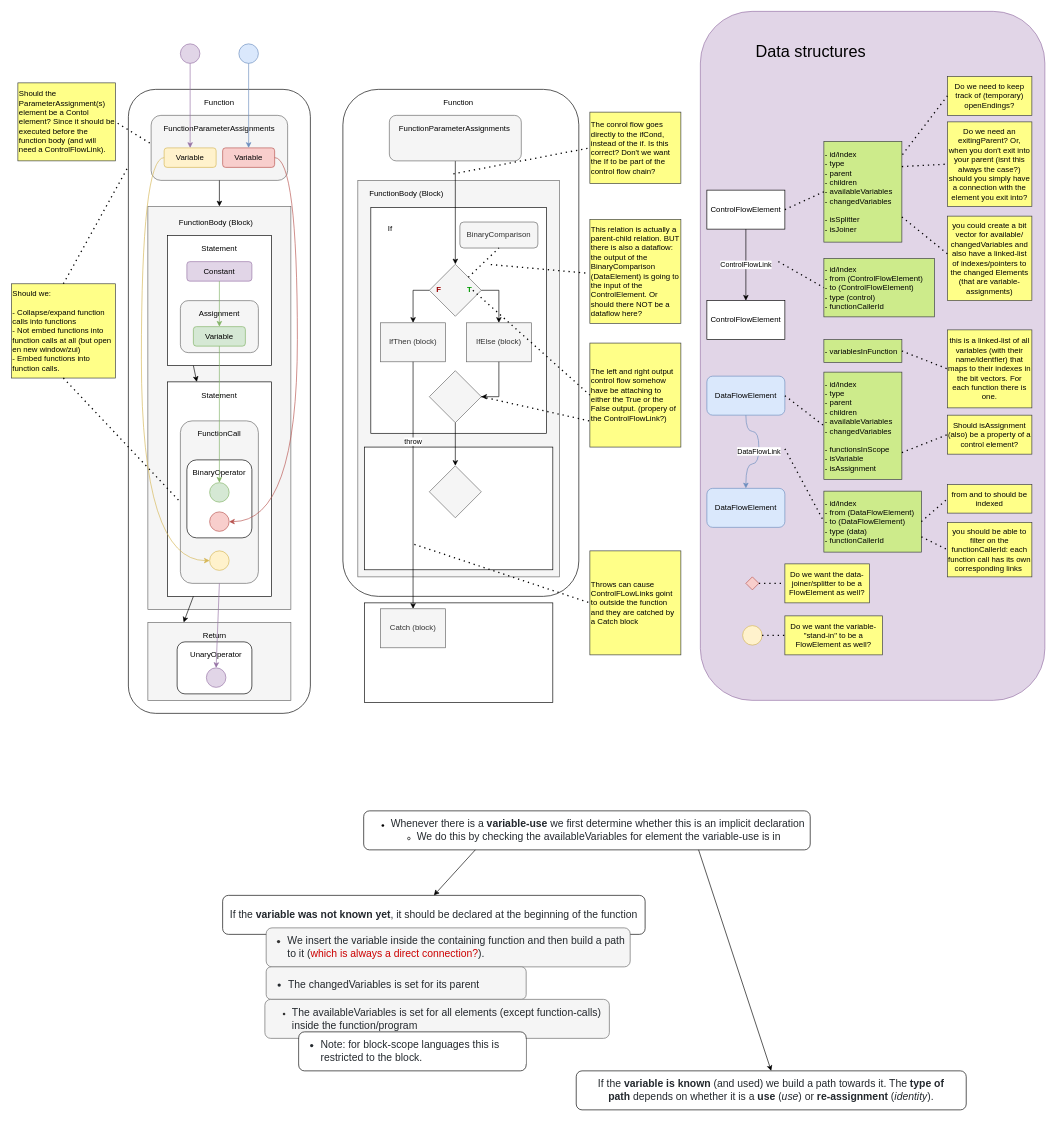
Earlier version of the draw.io diagram page "Data structure" (1 of 2) of doc/flowify_algoritm_and_data_structures.drawio (visual-trials/flowify). Source tidied: cells renumbered, new cells numbered last; positions are measured from the earlier drawing's top-left corner, leaving out a move shared by most shapes. Both pictures are drawn from the tidied source at 65%, with x=0, y=0 at pixel (11, 11).
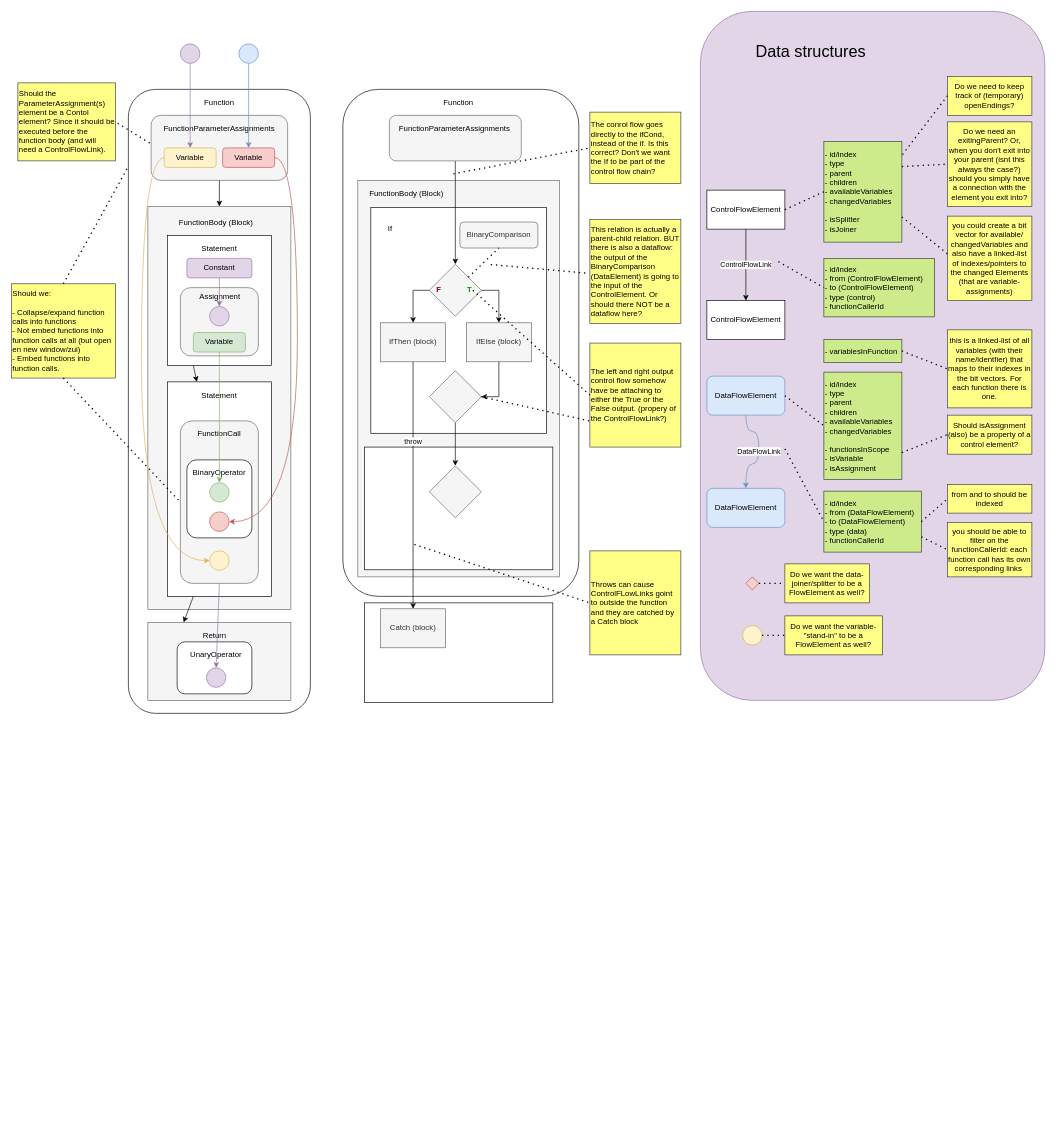
The same page after the edit.

Commit message (it also covers changes not shown here):
added separate algorithm diagram

Change to the diagram source:
```diff
@@
     <mxCell id="14" value="Constant" style="rounded=1;whiteSpace=wrap;html=1;fillColor=#e1d5e7;strokeColor=#9673a6;" parent="1" vertex="1">
-      <mxGeometry x="270" y="385" width="100" height="30" as="geometry" />
+      <mxGeometry x="270" y="380" width="100" height="30" as="geometry" />
     </mxCell>
     <mxCell id="15" style="rounded=1;whiteSpace=wrap;html=1;fillColor=#f5f5f5;strokeColor=#666666;fontColor=#333333;" parent="1" vertex="1">
-      <mxGeometry x="260" y="445" width="120" height="80" as="geometry" />
+      <mxGeometry x="260" y="425" width="120" height="105" as="geometry" />
     </mxCell>
     <mxCell id="16" value="Assignment" style="text;html=1;strokeColor=none;fillColor=none;align=center;verticalAlign=middle;whiteSpace=wrap;rounded=0;" parent="1" vertex="1">
-      <mxGeometry x="300" y="455" width="40" height="20" as="geometry" />
+      <mxGeometry x="301" y="429" width="40" height="20" as="geometry" />
     </mxCell>
     <mxCell id="17" value="Variable" style="rounded=1;whiteSpace=wrap;html=1;fillColor=#d5e8d4;strokeColor=#82b366;" parent="1" vertex="1">
-      <mxGeometry x="280" y="485" width="80" height="30" as="geometry" />
+      <mxGeometry x="280" y="494.1" width="80" height="30" as="geometry" />
     </mxCell>
-    <mxCell id="18" style="endArrow=classic;html=1;exitX=0.5;exitY=1;exitDx=0;exitDy=0;fillColor=#d5e8d4;strokeColor=#82b366;" parent="1" edge="1" source="14" target="17">
+    <mxCell id="18" style="endArrow=classic;html=1;exitX=0.5;exitY=1;exitDx=0;exitDy=0;fillColor=#e1d5e7;strokeColor=#9673a6;entryX=0.5;entryY=0;entryDx=0;entryDy=0;" parent="1" edge="1" source="14" target="129">
       <mxGeometry relative="1" as="geometry" />
     </mxCell>
@@
-    <mxCell id="120" value="&lt;ul&gt;&lt;li&gt;&lt;span style=&quot;color: rgb(36 , 41 , 46) ; font-size: 16px ; background-color: rgb(255 , 255 , 255)&quot;&gt;Whenever there is a&amp;nbsp;&lt;/span&gt;&lt;span style=&quot;box-sizing: border-box ; font-weight: 600 ; color: rgb(36 , 41 , 46) ; font-size: 16px ; background-color: rgb(255 , 255 , 255)&quot;&gt;variable-use&lt;/span&gt;&lt;span style=&quot;color: rgb(36 , 41 , 46) ; font-size: 16px ; background-color: rgb(255 , 255 , 255)&quot;&gt;&amp;nbsp;we first determine whether this is an implicit declaration&lt;br&gt;&lt;/span&gt;&lt;/li&gt;&lt;ul&gt;&lt;li&gt;&lt;span style=&quot;background-color: rgb(255 , 255 , 255) ; color: rgb(36 , 41 , 46) ; font-size: 16px&quot;&gt;We do this by checking the availableVariables&amp;nbsp;for element the variable-use is in&lt;/span&gt;&lt;/li&gt;&lt;/ul&gt;&lt;/ul&gt;" style="rounded=1;whiteSpace=wrap;html=1;align=left;" parent="1" vertex="1">
-      <mxGeometry x="542" y="1230" width="687" height="60" as="geometry" />
-    </mxCell>
-    <mxCell id="121" value="&lt;span style=&quot;color: rgb(36 , 41 , 46) ; font-family: , &amp;quot;blinkmacsystemfont&amp;quot; , &amp;quot;segoe ui&amp;quot; , &amp;quot;helvetica&amp;quot; , &amp;quot;arial&amp;quot; , sans-serif , &amp;quot;apple color emoji&amp;quot; , &amp;quot;segoe ui emoji&amp;quot; ; font-size: 16px ; background-color: rgb(255 , 255 , 255)&quot;&gt;If the&amp;nbsp;&lt;/span&gt;&lt;span style=&quot;box-sizing: border-box ; font-weight: 600 ; color: rgb(36 , 41 , 46) ; font-family: , &amp;quot;blinkmacsystemfont&amp;quot; , &amp;quot;segoe ui&amp;quot; , &amp;quot;helvetica&amp;quot; , &amp;quot;arial&amp;quot; , sans-serif , &amp;quot;apple color emoji&amp;quot; , &amp;quot;segoe ui emoji&amp;quot; ; font-size: 16px ; background-color: rgb(255 , 255 , 255)&quot;&gt;variable was not known yet&lt;/span&gt;&lt;span style=&quot;color: rgb(36 , 41 , 46) ; font-family: , &amp;quot;blinkmacsystemfont&amp;quot; , &amp;quot;segoe ui&amp;quot; , &amp;quot;helvetica&amp;quot; , &amp;quot;arial&amp;quot; , sans-serif , &amp;quot;apple color emoji&amp;quot; , &amp;quot;segoe ui emoji&amp;quot; ; font-size: 16px ; background-color: rgb(255 , 255 , 255)&quot;&gt;, it should be declared at the beginning of the function&lt;/span&gt;" style="rounded=1;whiteSpace=wrap;html=1;align=center;" parent="1" vertex="1">
-      <mxGeometry x="325" y="1360" width="650" height="60" as="geometry" />
-    </mxCell>
-    <mxCell id="122" value="&lt;span style=&quot;background-color: rgb(255 , 255 , 255) ; color: rgb(36 , 41 , 46) ; font-size: 16px&quot;&gt;If the&amp;nbsp;&lt;/span&gt;&lt;span style=&quot;background-color: rgb(255 , 255 , 255) ; color: rgb(36 , 41 , 46) ; font-size: 16px ; box-sizing: border-box ; font-weight: 600&quot;&gt;variable is known&lt;/span&gt;&lt;span style=&quot;background-color: rgb(255 , 255 , 255) ; color: rgb(36 , 41 , 46) ; font-size: 16px&quot;&gt;&amp;nbsp;(and used) we build a path towards it. The&amp;nbsp;&lt;/span&gt;&lt;span style=&quot;background-color: rgb(255 , 255 , 255) ; color: rgb(36 , 41 , 46) ; font-size: 16px ; box-sizing: border-box ; font-weight: 600&quot;&gt;type of path&lt;/span&gt;&lt;span style=&quot;background-color: rgb(255 , 255 , 255) ; color: rgb(36 , 41 , 46) ; font-size: 16px&quot;&gt;&amp;nbsp;depends on whether it is a&amp;nbsp;&lt;/span&gt;&lt;span style=&quot;background-color: rgb(255 , 255 , 255) ; color: rgb(36 , 41 , 46) ; font-size: 16px ; box-sizing: border-box ; font-weight: 600&quot;&gt;use&lt;/span&gt;&lt;span style=&quot;background-color: rgb(255 , 255 , 255) ; color: rgb(36 , 41 , 46) ; font-size: 16px&quot;&gt;&amp;nbsp;(&lt;/span&gt;&lt;em style=&quot;background-color: rgb(255 , 255 , 255) ; color: rgb(36 , 41 , 46) ; font-size: 16px ; box-sizing: border-box&quot;&gt;use&lt;/em&gt;&lt;span style=&quot;background-color: rgb(255 , 255 , 255) ; color: rgb(36 , 41 , 46) ; font-size: 16px&quot;&gt;) or&amp;nbsp;&lt;/span&gt;&lt;span style=&quot;background-color: rgb(255 , 255 , 255) ; color: rgb(36 , 41 , 46) ; font-size: 16px ; box-sizing: border-box ; font-weight: 600&quot;&gt;re-assignment&lt;/span&gt;&lt;span style=&quot;background-color: rgb(255 , 255 , 255) ; color: rgb(36 , 41 , 46) ; font-size: 16px&quot;&gt;&amp;nbsp;(&lt;/span&gt;&lt;em style=&quot;background-color: rgb(255 , 255 , 255) ; color: rgb(36 , 41 , 46) ; font-size: 16px ; box-sizing: border-box&quot;&gt;identity&lt;/em&gt;&lt;span style=&quot;background-color: rgb(255 , 255 , 255) ; color: rgb(36 , 41 , 46) ; font-size: 16px&quot;&gt;).&lt;/span&gt;" style="rounded=1;whiteSpace=wrap;html=1;align=center;" parent="1" vertex="1">
-      <mxGeometry x="869" y="1630" width="600" height="60" as="geometry" />
-    </mxCell>
-    <mxCell id="123" value="&lt;ul style=&quot;box-sizing: border-box; padding-left: 2em; margin-top: 0px; margin-bottom: 0px; font-size: 16px; text-align: left;&quot;&gt;&lt;li style=&quot;box-sizing: border-box&quot;&gt;&lt;font color=&quot;#24292e&quot;&gt;We insert the variable inside the containing function and then build a path to it (&lt;/font&gt;&lt;font color=&quot;#cc0000&quot;&gt;which is always a direct connection?&lt;/font&gt;&lt;font color=&quot;#24292e&quot;&gt;).&lt;/font&gt;&lt;/li&gt;&lt;/ul&gt;" style="rounded=1;whiteSpace=wrap;html=1;align=center;fillColor=#f5f5f5;strokeColor=#666666;fontColor=#333333;labelBackgroundColor=none;" parent="1" vertex="1">
-      <mxGeometry x="392" y="1410" width="560" height="60" as="geometry" />
-    </mxCell>
-    <mxCell id="124" value="&lt;ul style=&quot;box-sizing: border-box ; padding-left: 2em ; margin-top: 0px ; margin-bottom: 0px ; color: rgb(36 , 41 , 46) ; font-size: 16px&quot;&gt;&lt;li style=&quot;box-sizing: border-box ; margin-top: 0.25em&quot;&gt;The changedVariables is set for its parent&lt;/li&gt;&lt;/ul&gt;" style="rounded=1;whiteSpace=wrap;html=1;labelBackgroundColor=none;align=left;fillColor=#f5f5f5;strokeColor=#666666;fontColor=#333333;" parent="1" vertex="1">
-      <mxGeometry x="392" y="1470" width="400" height="50" as="geometry" />
-    </mxCell>
-    <mxCell id="125" value="&lt;ul&gt;&lt;li&gt;&lt;span style=&quot;color: rgb(36 , 41 , 46) ; font-size: 16px&quot;&gt;The availableVariables&amp;nbsp;is set for all elements (except function-calls) inside the function/program&lt;/span&gt;&lt;/li&gt;&lt;/ul&gt;" style="rounded=1;whiteSpace=wrap;html=1;labelBackgroundColor=none;align=left;fillColor=#f5f5f5;strokeColor=#666666;fontColor=#333333;" parent="1" vertex="1">
-      <mxGeometry x="390" y="1520" width="530" height="60" as="geometry" />
-    </mxCell>
-    <mxCell id="126" value="&lt;ul style=&quot;box-sizing: border-box ; padding-left: 2em ; margin-top: 0px ; margin-bottom: 0px ; color: rgb(36 , 41 , 46) ; font-family: , &amp;#34;blinkmacsystemfont&amp;#34; , &amp;#34;segoe ui&amp;#34; , &amp;#34;helvetica&amp;#34; , &amp;#34;arial&amp;#34; , sans-serif , &amp;#34;apple color emoji&amp;#34; , &amp;#34;segoe ui emoji&amp;#34; ; font-size: 16px ; background-color: rgb(255 , 255 , 255)&quot;&gt;&lt;li style=&quot;box-sizing: border-box&quot;&gt;Note: for block-scope languages this is restricted to the block.&lt;/li&gt;&lt;/ul&gt;" style="rounded=1;whiteSpace=wrap;html=1;labelBackgroundColor=none;align=left;" parent="1" vertex="1">
-      <mxGeometry x="442" y="1570" width="350" height="60" as="geometry" />
-    </mxCell>
-    <mxCell id="127" style="endArrow=classic;html=1;exitX=0.25;exitY=1;exitDx=0;exitDy=0;entryX=0.5;entryY=0;entryDx=0;entryDy=0;" parent="1" edge="1" source="120" target="121">
-      <mxGeometry relative="1" as="geometry" />
-    </mxCell>
-    <mxCell id="128" style="endArrow=classic;html=1;exitX=0.75;exitY=1;exitDx=0;exitDy=0;entryX=0.5;entryY=0;entryDx=0;entryDy=0;" parent="1" edge="1" source="120" target="122">
-      <mxGeometry relative="1" as="geometry" />
-    </mxCell>
+    <mxCell id="129" style="ellipse;whiteSpace=wrap;html=1;fillColor=#e1d5e7;strokeColor=#9673a6;" parent="1" vertex="1">
+      <mxGeometry x="305" y="454" width="30" height="30" as="geometry" />
+    </mxCell>
```
